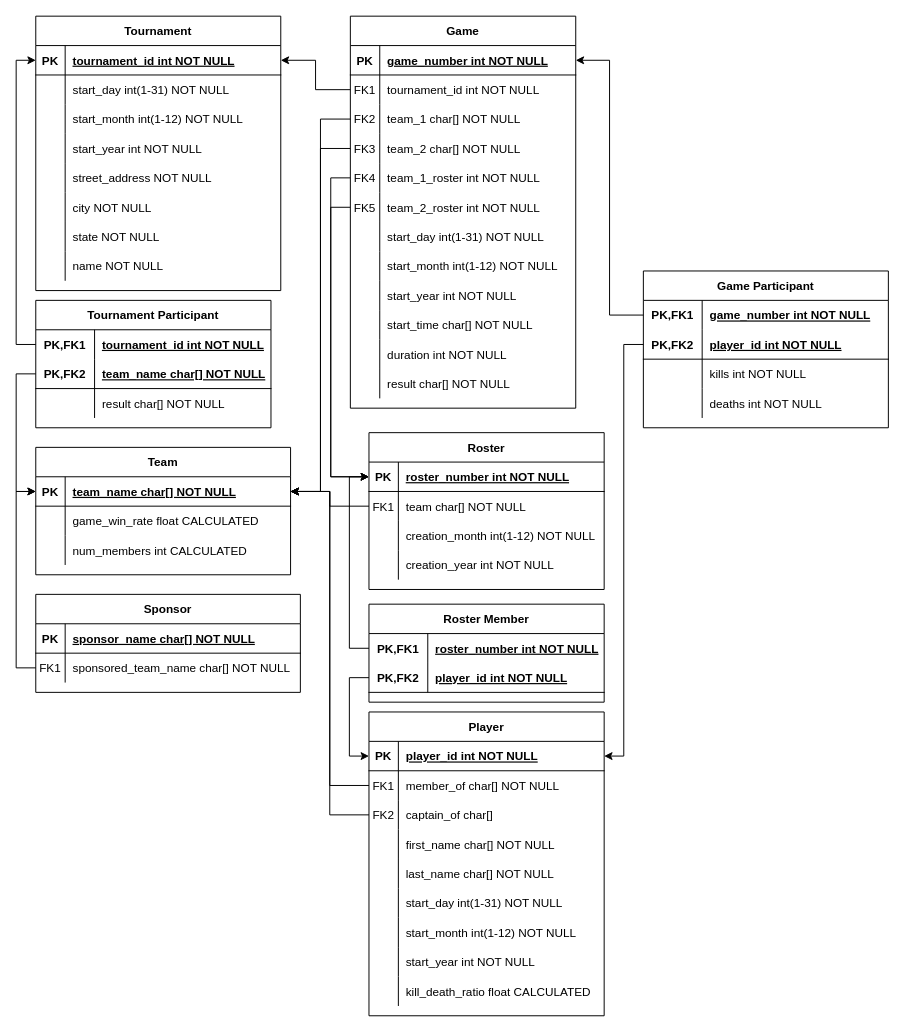
Earlier version of the draw.io diagram Relational Model.drawio (NoTwo-2/RDBProject). Source tidied: cells renumbered, new cells numbered last; positions are measured from the earlier drawing's top-left corner, leaving out a move shared by most shapes. Both pictures are drawn from the tidied source at 98%, with x=0, y=0 at pixel (35, 16).
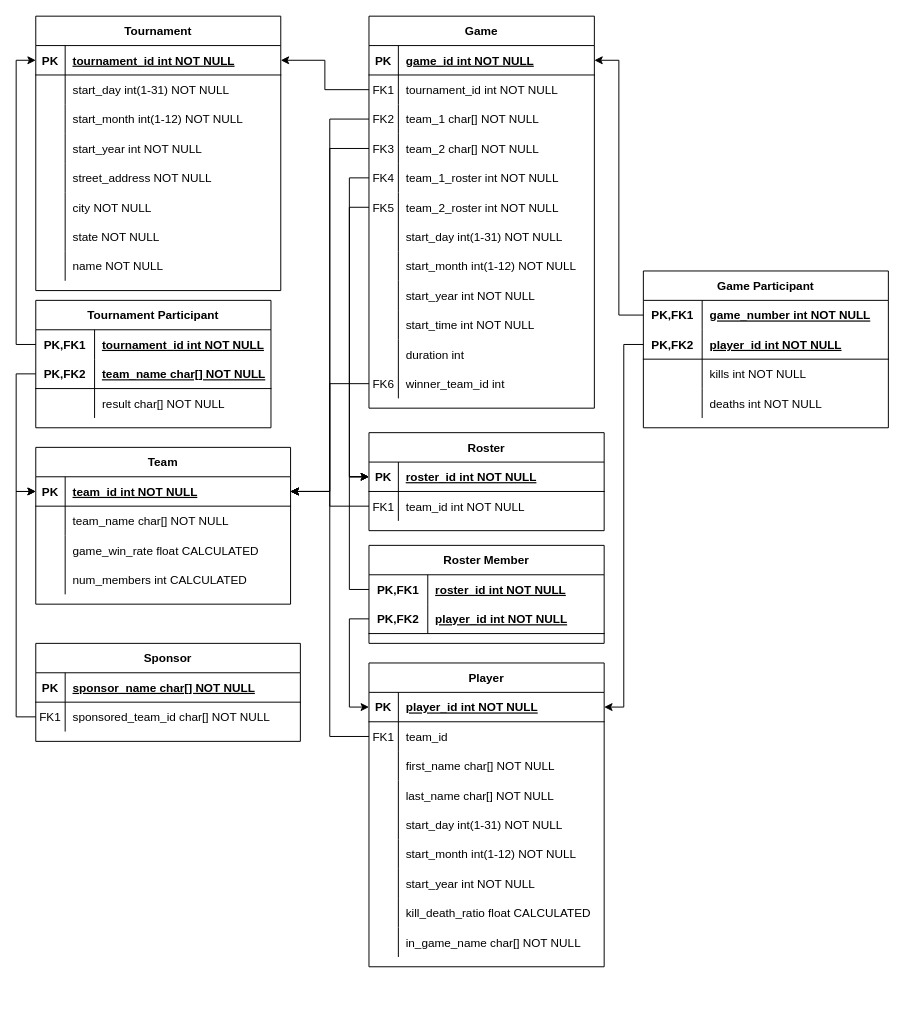
The same page after the edit.

The change refers to these unchanged cells:
```xml
<mxCell id="28" style="shape=tableRow;horizontal=0;startSize=0;swimlaneHead=0;swimlaneBody=0;fillColor=none;points=[[0,0.5],[1,0.5]];portConstraint=eastwest;top=0;left=0;right=0;bottom=1;" parent="27" vertex="1">
  <mxGeometry y="30" width="260" height="30" as="geometry" />
</mxCell>
<mxCell id="41" style="shape=tableRow;horizontal=0;startSize=0;swimlaneHead=0;swimlaneBody=0;fillColor=none;points=[[0,0.5],[1,0.5]];portConstraint=eastwest;top=0;left=0;right=0;bottom=0;" parent="37" vertex="1">
  <mxGeometry y="60" width="270" height="30" as="geometry" />
</mxCell>
<mxCell id="48" style="shape=tableRow;horizontal=0;startSize=0;swimlaneHead=0;swimlaneBody=0;fillColor=none;points=[[0,0.5],[1,0.5]];portConstraint=eastwest;top=0;left=0;right=0;bottom=0;" parent="44" vertex="1">
  <mxGeometry y="60" width="240" height="30" as="geometry" />
</mxCell>
<mxCell id="74" style="shape=tableRow;horizontal=0;startSize=0;swimlaneHead=0;swimlaneBody=0;fillColor=none;points=[[0,0.5],[1,0.5]];portConstraint=eastwest;top=0;left=0;right=0;bottom=1;" parent="73" vertex="1">
  <mxGeometry y="30" width="230" height="30" as="geometry" />
</mxCell>
<mxCell id="101" style="shape=tableRow;horizontal=0;startSize=0;swimlaneHead=0;swimlaneBody=0;fillColor=none;top=0;left=0;right=0;bottom=0;" parent="73" vertex="1">
  <mxGeometry y="300" width="230" height="30" as="geometry" />
</mxCell>
<mxCell id="104" style="shape=tableRow;horizontal=0;startSize=0;swimlaneHead=0;swimlaneBody=0;fillColor=none;top=0;left=0;right=0;bottom=0;" parent="73" vertex="1">
  <mxGeometry y="330" width="230" height="30" as="geometry" />
</mxCell>
<mxCell id="107" style="shape=tableRow;horizontal=0;startSize=0;swimlaneHead=0;swimlaneBody=0;fillColor=none;points=[[0,0.5],[1,0.5]];portConstraint=eastwest;top=0;left=0;right=0;bottom=0;" parent="73" vertex="1">
  <mxGeometry y="360" width="230" height="30" as="geometry" />
</mxCell>
<mxCell id="114" style="shape=tableRow;horizontal=0;startSize=0;swimlaneHead=0;swimlaneBody=0;fillColor=none;points=[[0,0.5],[1,0.5]];portConstraint=eastwest;top=0;left=0;right=0;bottom=1;" parent="113" vertex="1">
  <mxGeometry y="30" width="240" height="30" as="geometry" />
</mxCell>
<mxCell id="117" style="shape=tableRow;horizontal=0;startSize=0;swimlaneHead=0;swimlaneBody=0;fillColor=none;points=[[0,0.5],[1,0.5]];portConstraint=eastwest;top=0;left=0;right=0;bottom=0;" parent="113" vertex="1">
  <mxGeometry y="60" width="240" height="30" as="geometry" />
</mxCell>
<mxCell id="159" style="shape=tableRow;horizontal=0;startSize=0;swimlaneHead=0;swimlaneBody=0;fillColor=none;points=[[0,0.5],[1,0.5]];portConstraint=eastwest;top=0;left=0;right=0;bottom=0;" parent="158" vertex="1">
  <mxGeometry y="30" width="240" height="30" as="geometry" />
</mxCell>
```

Diff of the diagram source:
```diff
@@
     <mxCell id="27" value="Team" style="shape=table;startSize=30;childLayout=tableLayout;rowLines=0;fontStyle=1;align=center;" parent="1" vertex="1">
-      <mxGeometry y="440" width="260" height="130" as="geometry" />
+      <mxGeometry y="440" width="260" height="160" as="geometry" />
     </mxCell>
@@
-    <mxCell id="30" value="team_name char[] NOT NULL" style="shape=partialRectangle;fillColor=none;top=0;left=0;bottom=0;right=0;align=left;spacingLeft=6;fontStyle=5;overflow=hidden;" parent="28" vertex="1">
+    <mxCell id="30" value="team_id int NOT NULL" style="shape=partialRectangle;fillColor=none;top=0;left=0;bottom=0;right=0;align=left;spacingLeft=6;fontStyle=5;overflow=hidden;" parent="28" vertex="1">
       <mxGeometry x="30" width="230" height="30" as="geometry" />
     </mxCell>
+    <mxCell id="167" style="shape=tableRow;horizontal=0;startSize=0;swimlaneHead=0;swimlaneBody=0;fillColor=none;top=0;left=0;right=0;bottom=0;" parent="27" vertex="1">
+      <mxGeometry y="60" width="260" height="30" as="geometry" />
+    </mxCell>
+    <mxCell id="168" style="shape=partialRectangle;fillColor=none;top=0;left=0;bottom=0;right=0;overflow=hidden;" parent="167" vertex="1">
+      <mxGeometry width="30" height="30" as="geometry" />
+    </mxCell>
+    <mxCell id="169" value="team_name char[] NOT NULL" style="shape=partialRectangle;fillColor=none;top=0;left=0;bottom=0;right=0;align=left;spacingLeft=6;overflow=hidden;" parent="167" vertex="1">
+      <mxGeometry x="30" width="230" height="30" as="geometry" />
+    </mxCell>
     <mxCell id="31" style="shape=tableRow;horizontal=0;startSize=0;swimlaneHead=0;swimlaneBody=0;fillColor=none;top=0;left=0;right=0;bottom=0;" parent="27" vertex="1">
-      <mxGeometry y="60" width="260" height="30" as="geometry" />
+      <mxGeometry y="90" width="260" height="30" as="geometry" />
     </mxCell>
@@
     <mxCell id="34" style="shape=tableRow;horizontal=0;startSize=0;swimlaneHead=0;swimlaneBody=0;fillColor=none;top=0;left=0;right=0;bottom=0;" parent="27" vertex="1">
-      <mxGeometry y="90" width="260" height="30" as="geometry" />
+      <mxGeometry y="120" width="260" height="30" as="geometry" />
     </mxCell>
@@
     <mxCell id="37" value="Sponsor" style="shape=table;startSize=30;childLayout=tableLayout;rowLines=0;fontStyle=1;align=center;" parent="1" vertex="1">
-      <mxGeometry y="590" width="270" height="100" as="geometry" />
+      <mxGeometry y="640" width="270" height="100" as="geometry" />
     </mxCell>
@@
-    <mxCell id="43" value="sponsored_team_name char[] NOT NULL" style="shape=partialRectangle;fillColor=none;top=0;left=0;bottom=0;right=0;align=left;spacingLeft=6;overflow=hidden;" parent="41" vertex="1">
+    <mxCell id="43" value="sponsored_team_id char[] NOT NULL" style="shape=partialRectangle;fillColor=none;top=0;left=0;bottom=0;right=0;align=left;spacingLeft=6;overflow=hidden;" parent="41" vertex="1">
       <mxGeometry x="30" width="240" height="30" as="geometry" />
     </mxCell>
     <mxCell id="44" value="Player" style="shape=table;startSize=30;childLayout=tableLayout;rowLines=0;fontStyle=1;align=center;" parent="1" vertex="1">
-      <mxGeometry x="340" y="710" width="240" height="310" as="geometry" />
+      <mxGeometry x="340" y="660" width="240" height="310" as="geometry" />
     </mxCell>
@@
-    <mxCell id="50" value="member_of char[] NOT NULL" style="shape=partialRectangle;fillColor=none;top=0;left=0;bottom=0;right=0;align=left;spacingLeft=6;overflow=hidden;" parent="48" vertex="1">
+    <mxCell id="50" value="team_id" style="shape=partialRectangle;fillColor=none;top=0;left=0;bottom=0;right=0;align=left;spacingLeft=6;overflow=hidden;" parent="48" vertex="1">
       <mxGeometry x="30" width="210" height="30" as="geometry" />
     </mxCell>
-    <mxCell id="51" style="shape=tableRow;horizontal=0;startSize=0;swimlaneHead=0;swimlaneBody=0;fillColor=none;points=[[0,0.5],[1,0.5]];portConstraint=eastwest;top=0;left=0;right=0;bottom=0;" parent="44" vertex="1">
-      <mxGeometry y="90" width="240" height="30" as="geometry" />
-    </mxCell>
-    <mxCell id="52" value="FK2" style="shape=partialRectangle;fillColor=none;top=0;left=0;bottom=0;right=0;overflow=hidden;" parent="51" vertex="1">
-      <mxGeometry width="30" height="30" as="geometry" />
-    </mxCell>
-    <mxCell id="53" value="captain_of char[]" style="shape=partialRectangle;fillColor=none;top=0;left=0;bottom=0;right=0;align=left;spacingLeft=6;overflow=hidden;" parent="51" vertex="1">
-      <mxGeometry x="30" width="210" height="30" as="geometry" />
-    </mxCell>
     <mxCell id="54" style="shape=tableRow;horizontal=0;startSize=0;swimlaneHead=0;swimlaneBody=0;fillColor=none;top=0;left=0;right=0;bottom=0;" parent="44" vertex="1">
-      <mxGeometry y="120" width="240" height="30" as="geometry" />
+      <mxGeometry y="90" width="240" height="30" as="geometry" />
     </mxCell>
@@
     <mxCell id="57" style="shape=tableRow;horizontal=0;startSize=0;swimlaneHead=0;swimlaneBody=0;fillColor=none;top=0;left=0;right=0;bottom=0;" parent="44" vertex="1">
-      <mxGeometry y="150" width="240" height="30" as="geometry" />
+      <mxGeometry y="120" width="240" height="30" as="geometry" />
     </mxCell>
@@
     <mxCell id="60" style="shape=tableRow;horizontal=0;startSize=0;swimlaneHead=0;swimlaneBody=0;fillColor=none;top=0;left=0;right=0;bottom=0;" parent="44" vertex="1">
-      <mxGeometry y="180" width="240" height="30" as="geometry" />
+      <mxGeometry y="150" width="240" height="30" as="geometry" />
     </mxCell>
@@
     <mxCell id="63" style="shape=tableRow;horizontal=0;startSize=0;swimlaneHead=0;swimlaneBody=0;fillColor=none;top=0;left=0;right=0;bottom=0;" parent="44" vertex="1">
-      <mxGeometry y="210" width="240" height="30" as="geometry" />
+      <mxGeometry y="180" width="240" height="30" as="geometry" />
     </mxCell>
@@
     <mxCell id="66" style="shape=tableRow;horizontal=0;startSize=0;swimlaneHead=0;swimlaneBody=0;fillColor=none;top=0;left=0;right=0;bottom=0;" parent="44" vertex="1">
-      <mxGeometry y="240" width="240" height="30" as="geometry" />
+      <mxGeometry y="210" width="240" height="30" as="geometry" />
     </mxCell>
@@
     <mxCell id="69" style="shape=tableRow;horizontal=0;startSize=0;swimlaneHead=0;swimlaneBody=0;fillColor=none;top=0;left=0;right=0;bottom=0;" parent="44" vertex="1">
-      <mxGeometry y="270" width="240" height="30" as="geometry" />
+      <mxGeometry y="240" width="240" height="30" as="geometry" />
     </mxCell>
@@
+    <mxCell id="170" style="shape=tableRow;horizontal=0;startSize=0;swimlaneHead=0;swimlaneBody=0;fillColor=none;top=0;left=0;right=0;bottom=0;" parent="44" vertex="1">
+      <mxGeometry y="270" width="240" height="30" as="geometry" />
+    </mxCell>
+    <mxCell id="171" style="shape=partialRectangle;fillColor=none;top=0;left=0;bottom=0;right=0;overflow=hidden;" parent="170" vertex="1">
+      <mxGeometry width="30" height="30" as="geometry" />
+    </mxCell>
+    <mxCell id="172" value="in_game_name char[] NOT NULL" style="shape=partialRectangle;fillColor=none;top=0;left=0;bottom=0;right=0;align=left;spacingLeft=6;overflow=hidden;" parent="170" vertex="1">
+      <mxGeometry x="30" width="210" height="30" as="geometry" />
+    </mxCell>
@@
     <mxCell id="73" value="Game" style="shape=table;startSize=30;childLayout=tableLayout;rowLines=0;fontStyle=1;align=center;" parent="1" vertex="1">
-      <mxGeometry x="321" width="230" height="400" as="geometry" />
+      <mxGeometry x="340" width="230" height="400" as="geometry" />
     </mxCell>
@@
-    <mxCell id="76" value="game_number int NOT NULL" style="shape=partialRectangle;fillColor=none;top=0;left=0;bottom=0;right=0;align=left;spacingLeft=6;fontStyle=5;overflow=hidden;" parent="74" vertex="1">
+    <mxCell id="76" value="game_id int NOT NULL" style="shape=partialRectangle;fillColor=none;top=0;left=0;bottom=0;right=0;align=left;spacingLeft=6;fontStyle=5;overflow=hidden;" parent="74" vertex="1">
       <mxGeometry x="30" width="200" height="30" as="geometry" />
     </mxCell>
@@
-    <mxCell id="103" value="start_time char[] NOT NULL" style="shape=partialRectangle;fillColor=none;top=0;left=0;bottom=0;right=0;align=left;spacingLeft=6;overflow=hidden;" parent="101" vertex="1">
+    <mxCell id="103" value="start_time int NOT NULL" style="shape=partialRectangle;fillColor=none;top=0;left=0;bottom=0;right=0;align=left;spacingLeft=6;overflow=hidden;" parent="101" vertex="1">
       <mxGeometry x="30" width="200" height="30" as="geometry" />
     </mxCell>
@@
-    <mxCell id="106" value="duration int NOT NULL" style="shape=partialRectangle;fillColor=none;top=0;left=0;bottom=0;right=0;align=left;spacingLeft=6;overflow=hidden;" parent="104" vertex="1">
+    <mxCell id="106" value="duration int" style="shape=partialRectangle;fillColor=none;top=0;left=0;bottom=0;right=0;align=left;spacingLeft=6;overflow=hidden;" parent="104" vertex="1">
       <mxGeometry x="30" width="200" height="30" as="geometry" />
     </mxCell>
@@
-    <mxCell id="108" style="shape=partialRectangle;fillColor=none;top=0;left=0;bottom=0;right=0;overflow=hidden;" parent="107" vertex="1">
+    <mxCell id="108" value="FK6" style="shape=partialRectangle;fillColor=none;top=0;left=0;bottom=0;right=0;overflow=hidden;" parent="107" vertex="1">
       <mxGeometry width="30" height="30" as="geometry" />
     </mxCell>
-    <mxCell id="109" value="result char[] NOT NULL" style="shape=partialRectangle;fillColor=none;top=0;left=0;bottom=0;right=0;align=left;spacingLeft=6;overflow=hidden;" parent="107" vertex="1">
+    <mxCell id="109" value="winner_team_id int" style="shape=partialRectangle;fillColor=none;top=0;left=0;bottom=0;right=0;align=left;spacingLeft=6;overflow=hidden;" parent="107" vertex="1">
       <mxGeometry x="30" width="200" height="30" as="geometry" />
     </mxCell>
@@
     <mxCell id="113" value="Roster" style="shape=table;startSize=30;childLayout=tableLayout;rowLines=0;fontStyle=1;align=center;" parent="1" vertex="1">
-      <mxGeometry x="340" y="425" width="240" height="160" as="geometry" />
+      <mxGeometry x="340" y="425" width="240" height="100" as="geometry" />
     </mxCell>
@@
-    <mxCell id="116" value="roster_number int NOT NULL" style="shape=partialRectangle;fillColor=none;top=0;left=0;bottom=0;right=0;align=left;spacingLeft=6;fontStyle=5;overflow=hidden;" parent="114" vertex="1">
+    <mxCell id="116" value="roster_id int NOT NULL" style="shape=partialRectangle;fillColor=none;top=0;left=0;bottom=0;right=0;align=left;spacingLeft=6;fontStyle=5;overflow=hidden;" parent="114" vertex="1">
       <mxGeometry x="30" width="210" height="30" as="geometry" />
     </mxCell>
@@
-    <mxCell id="119" value="team char[] NOT NULL" style="shape=partialRectangle;fillColor=none;top=0;left=0;bottom=0;right=0;align=left;spacingLeft=6;overflow=hidden;" parent="117" vertex="1">
+    <mxCell id="119" value="team_id int NOT NULL" style="shape=partialRectangle;fillColor=none;top=0;left=0;bottom=0;right=0;align=left;spacingLeft=6;overflow=hidden;" parent="117" vertex="1">
       <mxGeometry x="30" width="210" height="30" as="geometry" />
     </mxCell>
-    <mxCell id="120" style="shape=tableRow;horizontal=0;startSize=0;swimlaneHead=0;swimlaneBody=0;fillColor=none;top=0;left=0;right=0;bottom=0;" parent="113" vertex="1">
-      <mxGeometry y="90" width="240" height="30" as="geometry" />
-    </mxCell>
-    <mxCell id="121" style="shape=partialRectangle;fillColor=none;top=0;left=0;bottom=0;right=0;overflow=hidden;" parent="120" vertex="1">
-      <mxGeometry width="30" height="30" as="geometry" />
-    </mxCell>
-    <mxCell id="122" value="creation_month int(1-12) NOT NULL" style="shape=partialRectangle;fillColor=none;top=0;left=0;bottom=0;right=0;align=left;spacingLeft=6;overflow=hidden;" parent="120" vertex="1">
-      <mxGeometry x="30" width="210" height="30" as="geometry" />
-    </mxCell>
-    <mxCell id="123" style="shape=tableRow;horizontal=0;startSize=0;swimlaneHead=0;swimlaneBody=0;fillColor=none;top=0;left=0;right=0;bottom=0;" parent="113" vertex="1">
-      <mxGeometry y="120" width="240" height="30" as="geometry" />
-    </mxCell>
-    <mxCell id="124" style="shape=partialRectangle;fillColor=none;top=0;left=0;bottom=0;right=0;overflow=hidden;" parent="123" vertex="1">
-      <mxGeometry width="30" height="30" as="geometry" />
-    </mxCell>
-    <mxCell id="125" value="creation_year int NOT NULL" style="shape=partialRectangle;fillColor=none;top=0;left=0;bottom=0;right=0;align=left;spacingLeft=6;overflow=hidden;" parent="123" vertex="1">
-      <mxGeometry x="30" width="210" height="30" as="geometry" />
-    </mxCell>
@@
-    <mxCell id="143" style="edgeStyle=orthogonalEdgeStyle;rounded=0;jettySize=auto;html=1;exitX=0;exitY=0.5;exitDx=0;exitDy=0;entryX=1;entryY=0.5;entryDx=0;entryDy=0;" parent="1" edge="1" source="51" target="28">
+    <mxCell id="143" style="edgeStyle=orthogonalEdgeStyle;rounded=0;jettySize=auto;html=1;exitX=0;exitY=0.5;exitDx=0;exitDy=0;entryX=1;entryY=0.5;entryDx=0;entryDy=0;" parent="1" edge="1" target="28">
       <mxGeometry relative="1" as="geometry" />
     </mxCell>
@@
     <mxCell id="158" value="Roster Member" style="shape=table;startSize=30;childLayout=tableLayout;rowLines=0;fontStyle=1;align=center;" parent="1" vertex="1">
-      <mxGeometry x="340" y="600" width="240" height="100" as="geometry" />
+      <mxGeometry x="340" y="540" width="240" height="100" as="geometry" />
     </mxCell>
@@
-    <mxCell id="161" value="roster_number int NOT NULL" style="shape=partialRectangle;fillColor=none;top=0;left=0;bottom=0;right=0;align=left;spacingLeft=6;fontStyle=5;overflow=hidden;" parent="159" vertex="1">
+    <mxCell id="161" value="roster_id int NOT NULL" style="shape=partialRectangle;fillColor=none;top=0;left=0;bottom=0;right=0;align=left;spacingLeft=6;fontStyle=5;overflow=hidden;" parent="159" vertex="1">
       <mxGeometry x="60" width="180" height="30" as="geometry" />
     </mxCell>
@@
+    <mxCell id="173" style="edgeStyle=orthogonalEdgeStyle;rounded=0;jettySize=auto;html=1;exitX=0;exitY=0.5;exitDx=0;exitDy=0;entryX=1;entryY=0.5;entryDx=0;entryDy=0;" parent="1" edge="1" source="107" target="28">
+      <mxGeometry relative="1" as="geometry" />
+    </mxCell>
```
